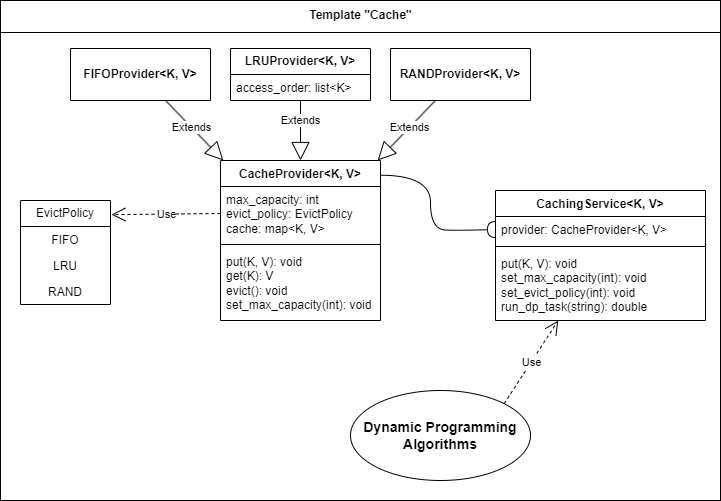
Earlier version of the draw.io export caching_service_system_design.png (Alex-pvl/cache). Source tidied: cells renumbered, new cells last; positions are measured from the earlier drawing's top-left corner, leaving out a move shared by most shapes.
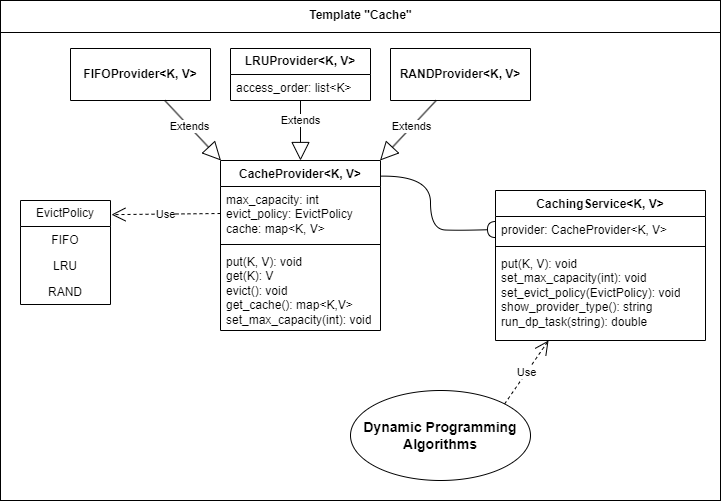
Above is the later version.

Change to the diagram source:
```diff
@@ -6,7 +6,7 @@
       <mxGeometry width="720" height="500" as="geometry" />
     </mxCell>
     <mxCell id="3" value="CacheProvider&amp;lt;K, V&amp;gt;" style="swimlane;fontStyle=1;align=center;verticalAlign=top;horizontal=1;startSize=26;whiteSpace=wrap;html=1;" parent="1" vertex="1">
-      <mxGeometry x="220" y="160" width="160" height="160" as="geometry" />
+      <mxGeometry x="220" y="160" width="160" height="170" as="geometry" />
     </mxCell>
     <mxCell id="4" value="max_capacity: int&lt;br&gt;evict_policy: EvictPolicy&lt;br&gt;cache: map&amp;lt;K, V&amp;gt;" style="text;strokeColor=none;fillColor=none;align=left;verticalAlign=top;spacingLeft=4;spacingRight=4;overflow=hidden;points=[[0,0.5],[1,0.5]];portConstraint=eastwest;whiteSpace=wrap;html=1;" parent="3" vertex="1">
       <mxGeometry y="26" width="160" height="54" as="geometry" />
@@ -14,11 +14,11 @@
     <mxCell id="5" style="line;strokeWidth=1;fillColor=none;align=left;verticalAlign=middle;spacingTop=-1;spacingLeft=3;spacingRight=3;labelPosition=right;strokeColor=inherit;" parent="3" vertex="1">
       <mxGeometry y="80" width="160" height="8" as="geometry" />
     </mxCell>
-    <mxCell id="6" value="put(K, V): void&lt;br&gt;get(K): V&lt;br&gt;evict(): void&lt;br&gt;set_max_capacity(int): void" style="text;strokeColor=none;fillColor=none;align=left;verticalAlign=top;spacingLeft=4;spacingRight=4;overflow=hidden;whiteSpace=wrap;html=1;" parent="3" vertex="1">
-      <mxGeometry y="88" width="160" height="72" as="geometry" />
+    <mxCell id="6" value="put(K, V): void&lt;br&gt;get(K): V&lt;br&gt;evict(): void&lt;br&gt;get_cache(): map&amp;lt;K,V&amp;gt;&lt;br&gt;set_max_capacity(int): void" style="text;strokeColor=none;fillColor=none;align=left;verticalAlign=top;spacingLeft=4;spacingRight=4;overflow=hidden;whiteSpace=wrap;html=1;" parent="3" vertex="1">
+      <mxGeometry y="88" width="160" height="82" as="geometry" />
     </mxCell>
     <mxCell id="7" value="CachingService&amp;lt;K, V&amp;gt;" style="swimlane;fontStyle=1;align=center;verticalAlign=top;horizontal=1;startSize=26;whiteSpace=wrap;html=1;" parent="1" vertex="1">
-      <mxGeometry x="495" y="190" width="210" height="130" as="geometry" />
+      <mxGeometry x="495" y="190" width="210" height="150" as="geometry" />
     </mxCell>
     <mxCell id="8" value="provider: CacheProvider&amp;lt;K, V&amp;gt;" style="text;strokeColor=none;fillColor=none;align=left;verticalAlign=top;spacingLeft=4;spacingRight=4;overflow=hidden;points=[[0,0.5],[1,0.5]];portConstraint=eastwest;whiteSpace=wrap;html=1;" parent="7" vertex="1">
       <mxGeometry y="26" width="210" height="26" as="geometry" />
@@ -26,8 +26,8 @@
     <mxCell id="9" style="line;strokeWidth=1;fillColor=none;align=left;verticalAlign=middle;spacingTop=-1;spacingLeft=3;spacingRight=3;labelPosition=right;strokeColor=inherit;" parent="7" vertex="1">
       <mxGeometry y="52" width="210" height="8" as="geometry" />
     </mxCell>
-    <mxCell id="10" value="put(K, V): void&lt;br&gt;set_max_capacity(int): void&lt;br&gt;set_evict_policy(int): void&lt;br&gt;run_dp_task(string): double" style="text;strokeColor=none;fillColor=none;align=left;verticalAlign=top;spacingLeft=4;spacingRight=4;overflow=hidden;whiteSpace=wrap;html=1;" parent="7" vertex="1">
-      <mxGeometry y="60" width="210" height="70" as="geometry" />
+    <mxCell id="10" value="put(K, V): void&lt;br&gt;set_max_capacity(int): void&lt;br&gt;set_evict_policy(EvictPolicy): void&lt;br&gt;show_provider_type(): string&lt;br&gt;run_dp_task(string): double" style="text;strokeColor=none;fillColor=none;align=left;verticalAlign=top;spacingLeft=4;spacingRight=4;overflow=hidden;whiteSpace=wrap;html=1;" parent="7" vertex="1">
+      <mxGeometry y="60" width="210" height="90" as="geometry" />
     </mxCell>
     <mxCell id="11" value="&lt;b style=&quot;font-size: 14px;&quot;&gt;Dynamic Programming&lt;br&gt;Algorithms&lt;/b&gt;" style="ellipse;whiteSpace=wrap;html=1;" parent="1" vertex="1">
       <mxGeometry x="350" y="390" width="180" height="90" as="geometry" />
```
